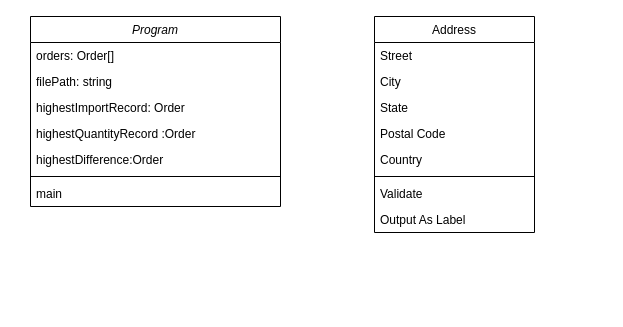
The draw.io diagram Diagramma senza titolo.drawio in Lyfriss/Esercizio-C-CSV, before the edit. Source tidied: cells renumbered, new cells numbered last; positions are measured from the earlier drawing's top-left corner, leaving out a move shared by most shapes. Both pictures are drawn from the tidied source at 100%, with x=0, y=0 at pixel (30, 16).
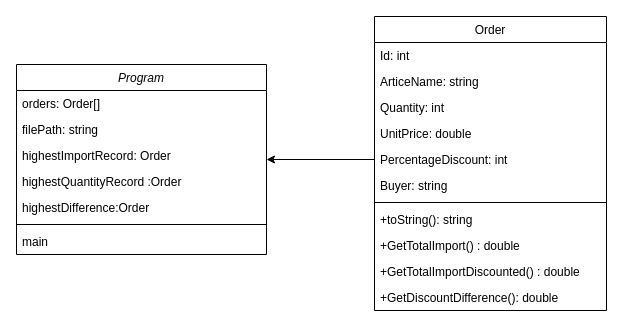
Above is the later version.

Diff of the diagram source:
```diff
@@
     <mxCell id="2" value="Program" style="swimlane;fontStyle=2;align=center;verticalAlign=top;horizontal=1;startSize=26;rounded=0;shadow=0;strokeWidth=1;" parent="1" vertex="1">
-      <mxGeometry width="250" height="190" as="geometry" />
+      <mxGeometry x="-14" y="48" width="250" height="190" as="geometry" />
     </mxCell>
@@
-    <mxCell id="10" value="Address" style="swimlane;fontStyle=0;align=center;verticalAlign=top;horizontal=1;startSize=26;rounded=0;shadow=0;strokeWidth=1;" parent="1" vertex="1">
-      <mxGeometry x="344" width="160" height="216" as="geometry" />
+    <mxCell id="10" value="Order" style="swimlane;fontStyle=0;align=center;verticalAlign=top;horizontal=1;startSize=26;rounded=0;shadow=0;strokeWidth=1;" parent="1" vertex="1">
+      <mxGeometry x="344" width="232" height="294" as="geometry" />
     </mxCell>
-    <mxCell id="11" value="Street" style="text;align=left;verticalAlign=top;spacingLeft=4;spacingRight=4;overflow=hidden;" parent="10" vertex="1">
-      <mxGeometry y="26" width="160" height="26" as="geometry" />
+    <mxCell id="11" value="Id: int" style="text;align=left;verticalAlign=top;spacingLeft=4;spacingRight=4;overflow=hidden;" parent="10" vertex="1">
+      <mxGeometry y="26" width="232" height="26" as="geometry" />
     </mxCell>
-    <mxCell id="12" value="City" style="text;align=left;verticalAlign=top;spacingLeft=4;spacingRight=4;overflow=hidden;rounded=0;shadow=0;html=0;" parent="10" vertex="1">
-      <mxGeometry y="52" width="160" height="26" as="geometry" />
+    <mxCell id="12" value="ArticeName: string&#10;" style="text;align=left;verticalAlign=top;spacingLeft=4;spacingRight=4;overflow=hidden;rounded=0;shadow=0;html=0;" parent="10" vertex="1">
+      <mxGeometry y="52" width="232" height="26" as="geometry" />
     </mxCell>
-    <mxCell id="13" value="State" style="text;align=left;verticalAlign=top;spacingLeft=4;spacingRight=4;overflow=hidden;rounded=0;shadow=0;html=0;" parent="10" vertex="1">
-      <mxGeometry y="78" width="160" height="26" as="geometry" />
+    <mxCell id="13" value="Quantity: int" style="text;align=left;verticalAlign=top;spacingLeft=4;spacingRight=4;overflow=hidden;rounded=0;shadow=0;html=0;" parent="10" vertex="1">
+      <mxGeometry y="78" width="232" height="26" as="geometry" />
     </mxCell>
-    <mxCell id="14" value="Postal Code" style="text;align=left;verticalAlign=top;spacingLeft=4;spacingRight=4;overflow=hidden;rounded=0;shadow=0;html=0;" parent="10" vertex="1">
-      <mxGeometry y="104" width="160" height="26" as="geometry" />
+    <mxCell id="14" value="UnitPrice: double" style="text;align=left;verticalAlign=top;spacingLeft=4;spacingRight=4;overflow=hidden;rounded=0;shadow=0;html=0;" parent="10" vertex="1">
+      <mxGeometry y="104" width="232" height="26" as="geometry" />
     </mxCell>
-    <mxCell id="15" value="Country" style="text;align=left;verticalAlign=top;spacingLeft=4;spacingRight=4;overflow=hidden;points=[[0,0.5],[1,0.5]];portConstraint=eastwest;rounded=0;shadow=0;html=0;" parent="10" vertex="1">
-      <mxGeometry y="130" width="160" height="26" as="geometry" />
+    <mxCell id="15" value="PercentageDiscount: int" style="text;align=left;verticalAlign=top;spacingLeft=4;spacingRight=4;overflow=hidden;points=[[0,0.5],[1,0.5]];portConstraint=eastwest;rounded=0;shadow=0;html=0;" parent="10" vertex="1">
+      <mxGeometry y="130" width="232" height="26" as="geometry" />
     </mxCell>
+    <mxCell id="19" value="Buyer: string" style="text;align=left;verticalAlign=top;spacingLeft=4;spacingRight=4;overflow=hidden;rounded=0;shadow=0;html=0;" parent="10" vertex="1">
+      <mxGeometry y="156" width="232" height="26" as="geometry" />
+    </mxCell>
     <mxCell id="16" style="line;html=1;strokeWidth=1;align=left;verticalAlign=middle;spacingTop=-1;spacingLeft=3;spacingRight=3;labelPosition=right;" parent="10" vertex="1">
-      <mxGeometry y="156" width="160" height="8" as="geometry" />
+      <mxGeometry y="182" width="232" height="8" as="geometry" />
     </mxCell>
-    <mxCell id="17" value="Validate" style="text;align=left;verticalAlign=top;spacingLeft=4;spacingRight=4;overflow=hidden;" parent="10" vertex="1">
-      <mxGeometry y="164" width="160" height="26" as="geometry" />
+    <mxCell id="17" value="+toString(): string" style="text;align=left;verticalAlign=top;spacingLeft=4;spacingRight=4;overflow=hidden;" parent="10" vertex="1">
+      <mxGeometry y="190" width="232" height="26" as="geometry" />
     </mxCell>
-    <mxCell id="18" value="Output As Label" style="text;align=left;verticalAlign=top;spacingLeft=4;spacingRight=4;overflow=hidden;" parent="10" vertex="1">
-      <mxGeometry y="190" width="160" height="26" as="geometry" />
+    <mxCell id="18" value="+GetTotalImport() : double" style="text;align=left;verticalAlign=top;spacingLeft=4;spacingRight=4;overflow=hidden;" parent="10" vertex="1">
+      <mxGeometry y="216" width="232" height="26" as="geometry" />
     </mxCell>
+    <mxCell id="20" value="+GetTotalImportDiscounted() : double" style="text;align=left;verticalAlign=top;spacingLeft=4;spacingRight=4;overflow=hidden;" parent="10" vertex="1">
+      <mxGeometry y="242" width="232" height="26" as="geometry" />
+    </mxCell>
+    <mxCell id="21" value="+GetDiscountDifference(): double" style="text;align=left;verticalAlign=top;spacingLeft=4;spacingRight=4;overflow=hidden;" parent="10" vertex="1">
+      <mxGeometry y="268" width="232" height="26" as="geometry" />
+    </mxCell>
+    <mxCell id="22" style="edgeStyle=orthogonalEdgeStyle;rounded=0;jettySize=auto;html=1;exitX=0;exitY=0.5;exitDx=0;exitDy=0;" parent="1" edge="1" source="15" target="2">
+      <mxGeometry relative="1" as="geometry" />
+    </mxCell>
```
